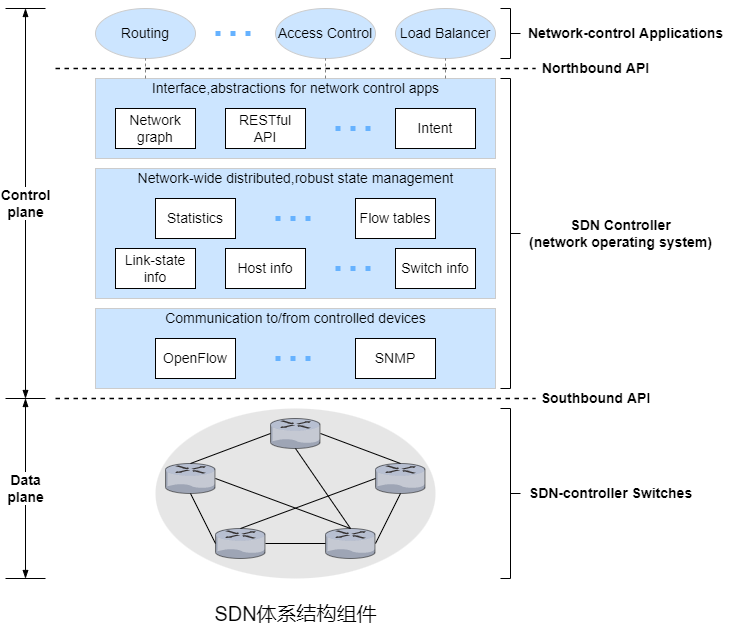
Earlier version of the draw.io export computer-networking/img/components_of_the_sdn_architecture.png (an-die-freude/computer-network-note). Source tidied: cells renumbered, new cells last; positions are measured from the earlier drawing's top-left corner, leaving out a move shared by most shapes.
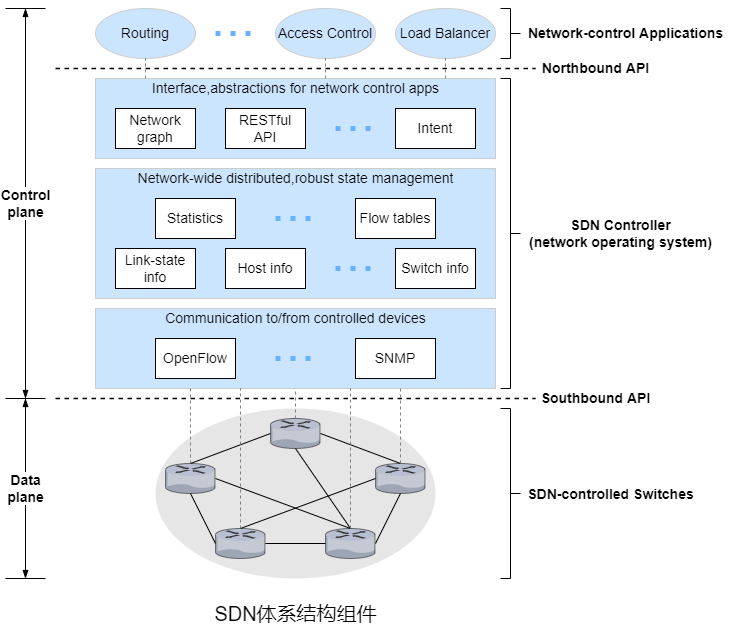
Above is the later version.

The edit, as a diff of the source:
```diff
@@ -239,8 +239,38 @@
     <mxCell id="57" style="strokeWidth=1;html=1;shape=mxgraph.flowchart.annotation_2;align=left;labelPosition=right;direction=west;" parent="1" vertex="1">
       <mxGeometry x="495" y="400" width="20" height="170" as="geometry" />
     </mxCell>
-    <mxCell id="58" value="SDN-controller Switches" style="text;html=1;align=center;verticalAlign=middle;strokeColor=none;fillColor=none;fontSize=14;fontStyle=1;" parent="1" vertex="1">
-      <mxGeometry x="515" y="475" width="180" height="20" as="geometry" />
+    <mxCell id="58" value="SDN-controlled Switches" style="text;html=1;align=center;verticalAlign=middle;strokeColor=none;fillColor=none;fontSize=14;fontStyle=1;" parent="1" vertex="1">
+      <mxGeometry x="517" y="475" width="176" height="21" as="geometry" />
     </mxCell>
+    <mxCell id="59" style="endArrow=none;html=1;rounded=0;strokeColor=#808080;dashed=1;" parent="1" edge="1">
+      <mxGeometry relative="1" as="geometry">
+        <mxPoint x="290" y="410" as="sourcePoint" />
+        <mxPoint x="290" y="380" as="targetPoint" />
+      </mxGeometry>
+    </mxCell>
+    <mxCell id="60" style="endArrow=none;dashed=1;html=1;strokeWidth=1;rounded=0;strokeColor=#808080;" parent="1" edge="1">
+      <mxGeometry relative="1" as="geometry">
+        <mxPoint x="185" y="455" as="sourcePoint" />
+        <mxPoint x="185" y="380" as="targetPoint" />
+      </mxGeometry>
+    </mxCell>
+    <mxCell id="61" style="endArrow=none;html=1;rounded=0;dashed=1;strokeColor=#808080;strokeWidth=1;" parent="1" edge="1">
+      <mxGeometry relative="1" as="geometry">
+        <mxPoint x="235" y="520" as="sourcePoint" />
+        <mxPoint x="235" y="380" as="targetPoint" />
+      </mxGeometry>
+    </mxCell>
+    <mxCell id="62" style="endArrow=none;html=1;rounded=0;dashed=1;strokeColor=#808080;strokeWidth=1;" parent="1" edge="1">
+      <mxGeometry relative="1" as="geometry">
+        <mxPoint x="345" y="520" as="sourcePoint" />
+        <mxPoint x="345" y="380" as="targetPoint" />
+      </mxGeometry>
+    </mxCell>
+    <mxCell id="63" style="endArrow=none;dashed=1;html=1;strokeWidth=1;rounded=0;strokeColor=#808080;" parent="1" edge="1">
+      <mxGeometry relative="1" as="geometry">
+        <mxPoint x="395" y="455" as="sourcePoint" />
+        <mxPoint x="395" y="380" as="targetPoint" />
+      </mxGeometry>
+    </mxCell>
   </root>
 </mxGraphModel>
```
